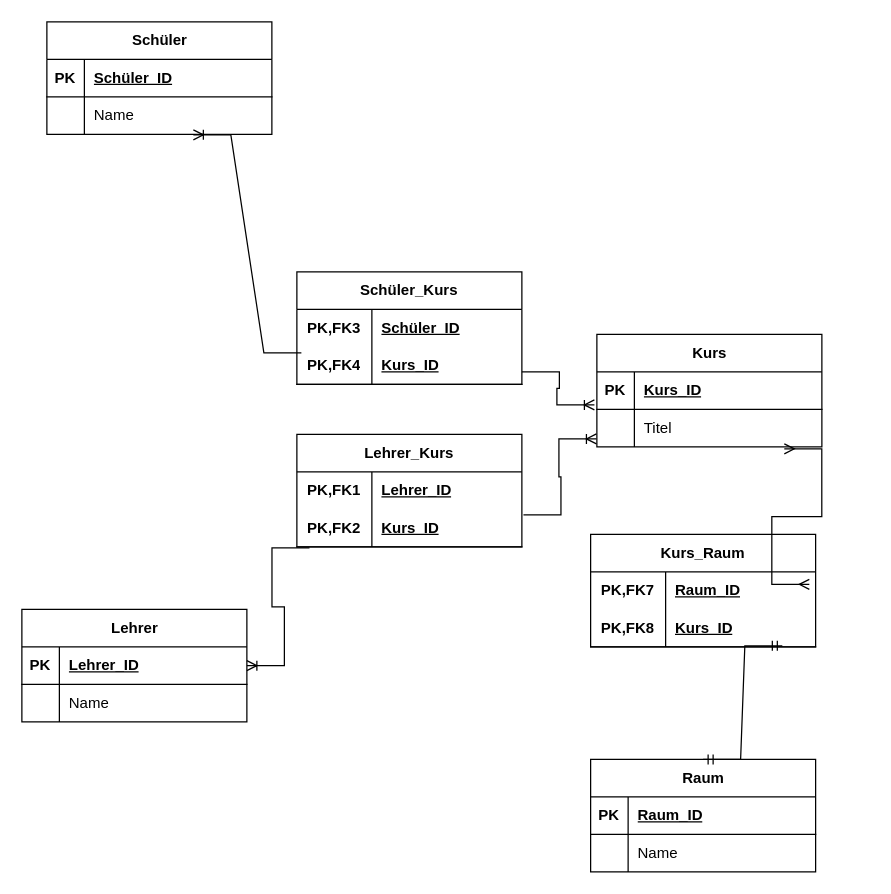
Above: Unbenanntes Diagramm.drawio in ronjanita/StudentTeacherMtoN (draw.io), before the change. Source tidied: cells renumbered, new cells numbered last; positions are measured from the earlier drawing's top-left corner, leaving out a move shared by most shapes. Both pictures are drawn from the tidied source at 125%, with x=0, y=0 at pixel (21, 21).
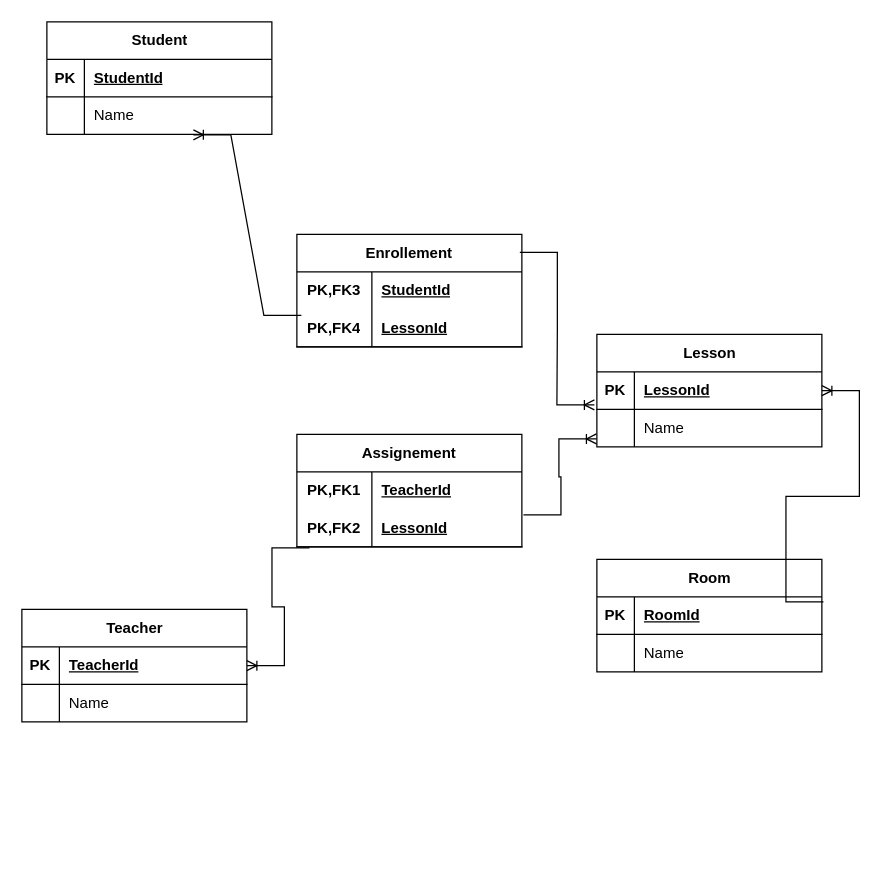
After the change.

Unchanged cells that the change refers to:
```xml
<mxCell id="3" style="shape=tableRow;horizontal=0;startSize=0;swimlaneHead=0;swimlaneBody=0;fillColor=none;top=0;left=0;right=0;bottom=0;html=1;" parent="2" vertex="1">
  <mxGeometry y="30" width="180" height="30" as="geometry" />
</mxCell>
<mxCell id="6" style="shape=tableRow;horizontal=0;startSize=0;swimlaneHead=0;swimlaneBody=0;fillColor=none;points=[[0,0.5],[1,0.5]];portConstraint=eastwest;top=0;left=0;right=0;bottom=1;html=1;" parent="2" vertex="1">
  <mxGeometry y="60" width="180" height="30" as="geometry" />
</mxCell>
<mxCell id="10" style="shape=tableRow;horizontal=0;startSize=0;swimlaneHead=0;swimlaneBody=0;fillColor=none;top=0;left=0;right=0;bottom=0;html=1;" parent="9" vertex="1">
  <mxGeometry y="30" width="180" height="30" as="geometry" />
</mxCell>
<mxCell id="13" style="shape=tableRow;horizontal=0;startSize=0;swimlaneHead=0;swimlaneBody=0;fillColor=none;points=[[0,0.5],[1,0.5]];portConstraint=eastwest;top=0;left=0;right=0;bottom=1;html=1;" parent="9" vertex="1">
  <mxGeometry y="60" width="180" height="30" as="geometry" />
</mxCell>
<mxCell id="17" style="shape=tableRow;horizontal=0;startSize=0;swimlaneHead=0;swimlaneBody=0;fillColor=none;top=0;left=0;right=0;bottom=1;" parent="16" vertex="1">
  <mxGeometry y="30" width="180" height="30" as="geometry" />
</mxCell>
<mxCell id="24" style="shape=tableRow;horizontal=0;startSize=0;swimlaneHead=0;swimlaneBody=0;fillColor=none;points=[[0,0.5],[1,0.5]];portConstraint=eastwest;top=0;left=0;right=0;bottom=1;" parent="23" vertex="1">
  <mxGeometry y="30" width="180" height="30" as="geometry" />
</mxCell>
<mxCell id="31" style="shape=tableRow;horizontal=0;startSize=0;swimlaneHead=0;swimlaneBody=0;fillColor=none;points=[[0,0.5],[1,0.5]];portConstraint=eastwest;top=0;left=0;right=0;bottom=1;" parent="30" vertex="1">
  <mxGeometry y="30" width="180" height="30" as="geometry" />
</mxCell>
<mxCell id="34" style="shape=tableRow;horizontal=0;startSize=0;swimlaneHead=0;swimlaneBody=0;fillColor=none;points=[[0,0.5],[1,0.5]];portConstraint=eastwest;top=0;left=0;right=0;bottom=0;" parent="30" vertex="1">
  <mxGeometry y="60" width="180" height="30" as="geometry" />
</mxCell>
<mxCell id="38" style="shape=tableRow;horizontal=0;startSize=0;swimlaneHead=0;swimlaneBody=0;fillColor=none;top=0;left=0;right=0;bottom=1;" parent="37" vertex="1">
  <mxGeometry y="30" width="180" height="30" as="geometry" />
</mxCell>
```

Change to the diagram source:
```diff
@@
-    <mxCell id="2" value="Lehrer_Kurs" style="shape=table;startSize=30;childLayout=tableLayout;rowLines=0;fontStyle=1;align=center;html=1;whiteSpace=wrap;" parent="1" vertex="1">
+    <mxCell id="2" value="Assignement" style="shape=table;startSize=30;childLayout=tableLayout;rowLines=0;fontStyle=1;align=center;html=1;whiteSpace=wrap;" parent="1" vertex="1">
       <mxGeometry x="220" y="330" width="180" height="90" as="geometry" />
     </mxCell>
@@
-    <mxCell id="5" value="Lehrer_ID" style="shape=partialRectangle;fillColor=none;top=0;left=0;bottom=0;right=0;align=left;spacingLeft=6;fontStyle=5;overflow=hidden;html=1;whiteSpace=wrap;" parent="3" vertex="1">
+    <mxCell id="5" value="TeacherId" style="shape=partialRectangle;fillColor=none;top=0;left=0;bottom=0;right=0;align=left;spacingLeft=6;fontStyle=5;overflow=hidden;html=1;whiteSpace=wrap;" parent="3" vertex="1">
       <mxGeometry x="60" width="120" height="30" as="geometry" />
     </mxCell>
@@
-    <mxCell id="8" value="Kurs_ID" style="shape=partialRectangle;fillColor=none;top=0;left=0;bottom=0;right=0;align=left;spacingLeft=6;fontStyle=5;overflow=hidden;html=1;whiteSpace=wrap;" parent="6" vertex="1">
+    <mxCell id="8" value="LessonId" style="shape=partialRectangle;fillColor=none;top=0;left=0;bottom=0;right=0;align=left;spacingLeft=6;fontStyle=5;overflow=hidden;html=1;whiteSpace=wrap;" parent="6" vertex="1">
       <mxGeometry x="60" width="120" height="30" as="geometry" />
     </mxCell>
-    <mxCell id="9" value="Schüler_Kurs" style="shape=table;startSize=30;childLayout=tableLayout;rowLines=0;fontStyle=1;align=center;html=1;whiteSpace=wrap;" parent="1" vertex="1">
-      <mxGeometry x="220" y="200" width="180" height="90" as="geometry" />
+    <mxCell id="9" value="Enrollement" style="shape=table;startSize=30;childLayout=tableLayout;rowLines=0;fontStyle=1;align=center;html=1;whiteSpace=wrap;" parent="1" vertex="1">
+      <mxGeometry x="220" y="170" width="180" height="90" as="geometry" />
     </mxCell>
@@
-    <mxCell id="12" value="Schüler_ID" style="shape=partialRectangle;fillColor=none;top=0;left=0;bottom=0;right=0;align=left;spacingLeft=6;fontStyle=5;overflow=hidden;html=1;whiteSpace=wrap;" parent="10" vertex="1">
+    <mxCell id="12" value="StudentId" style="shape=partialRectangle;fillColor=none;top=0;left=0;bottom=0;right=0;align=left;spacingLeft=6;fontStyle=5;overflow=hidden;html=1;whiteSpace=wrap;" parent="10" vertex="1">
       <mxGeometry x="60" width="120" height="30" as="geometry" />
     </mxCell>
@@
-    <mxCell id="15" value="Kurs_ID" style="shape=partialRectangle;fillColor=none;top=0;left=0;bottom=0;right=0;align=left;spacingLeft=6;fontStyle=5;overflow=hidden;html=1;whiteSpace=wrap;" parent="13" vertex="1">
+    <mxCell id="15" value="LessonId" style="shape=partialRectangle;fillColor=none;top=0;left=0;bottom=0;right=0;align=left;spacingLeft=6;fontStyle=5;overflow=hidden;html=1;whiteSpace=wrap;" parent="13" vertex="1">
       <mxGeometry x="60" width="120" height="30" as="geometry" />
     </mxCell>
-    <mxCell id="16" value="Schüler" style="shape=table;startSize=30;childLayout=tableLayout;rowLines=0;fontStyle=1;align=center;html=1;" parent="1" vertex="1">
+    <mxCell id="16" value="Student" style="shape=table;startSize=30;childLayout=tableLayout;rowLines=0;fontStyle=1;align=center;html=1;" parent="1" vertex="1">
       <mxGeometry x="20" width="180" height="90" as="geometry" />
     </mxCell>
@@
-    <mxCell id="19" value="Schüler_ID" style="shape=partialRectangle;fillColor=none;top=0;left=0;bottom=0;right=0;align=left;spacingLeft=6;fontStyle=5;overflow=hidden;whiteSpace=wrap;html=1;" parent="17" vertex="1">
+    <mxCell id="19" value="StudentId" style="shape=partialRectangle;fillColor=none;top=0;left=0;bottom=0;right=0;align=left;spacingLeft=6;fontStyle=5;overflow=hidden;whiteSpace=wrap;html=1;" parent="17" vertex="1">
       <mxGeometry x="30" width="150" height="30" as="geometry" />
     </mxCell>
@@
-    <mxCell id="23" value="Lehrer" style="shape=table;startSize=30;childLayout=tableLayout;rowLines=0;fontStyle=1;align=center;html=1;" parent="1" vertex="1">
+    <mxCell id="23" value="Teacher" style="shape=table;startSize=30;childLayout=tableLayout;rowLines=0;fontStyle=1;align=center;html=1;" parent="1" vertex="1">
       <mxGeometry y="470" width="180" height="90" as="geometry" />
     </mxCell>
@@
-    <mxCell id="26" value="Lehrer_ID" style="shape=partialRectangle;fillColor=none;top=0;left=0;bottom=0;right=0;align=left;spacingLeft=6;fontStyle=5;overflow=hidden;whiteSpace=wrap;html=1;" parent="24" vertex="1">
+    <mxCell id="26" value="TeacherId" style="shape=partialRectangle;fillColor=none;top=0;left=0;bottom=0;right=0;align=left;spacingLeft=6;fontStyle=5;overflow=hidden;whiteSpace=wrap;html=1;" parent="24" vertex="1">
       <mxGeometry x="30" width="150" height="30" as="geometry" />
     </mxCell>
@@
-    <mxCell id="30" value="Kurs" style="shape=table;startSize=30;childLayout=tableLayout;rowLines=0;fontStyle=1;align=center;html=1;" parent="1" vertex="1">
+    <mxCell id="30" value="Lesson" style="shape=table;startSize=30;childLayout=tableLayout;rowLines=0;fontStyle=1;align=center;html=1;" parent="1" vertex="1">
       <mxGeometry x="460" y="250" width="180" height="90" as="geometry" />
     </mxCell>
@@
-    <mxCell id="33" value="Kurs_ID" style="shape=partialRectangle;fillColor=none;top=0;left=0;bottom=0;right=0;align=left;spacingLeft=6;fontStyle=5;overflow=hidden;whiteSpace=wrap;html=1;" parent="31" vertex="1">
+    <mxCell id="33" value="LessonId" style="shape=partialRectangle;fillColor=none;top=0;left=0;bottom=0;right=0;align=left;spacingLeft=6;fontStyle=5;overflow=hidden;whiteSpace=wrap;html=1;" parent="31" vertex="1">
       <mxGeometry x="30" width="150" height="30" as="geometry" />
     </mxCell>
@@
-    <mxCell id="36" value="Titel" style="shape=partialRectangle;fillColor=none;top=0;left=0;bottom=0;right=0;align=left;spacingLeft=6;overflow=hidden;whiteSpace=wrap;html=1;" parent="34" vertex="1">
+    <mxCell id="36" value="Name" style="shape=partialRectangle;fillColor=none;top=0;left=0;bottom=0;right=0;align=left;spacingLeft=6;overflow=hidden;whiteSpace=wrap;html=1;" parent="34" vertex="1">
       <mxGeometry x="30" width="150" height="30" as="geometry" />
     </mxCell>
-    <mxCell id="37" value="Raum" style="shape=table;startSize=30;childLayout=tableLayout;rowLines=0;fontStyle=1;align=center;html=1;" parent="1" vertex="1">
-      <mxGeometry x="455" y="590" width="180" height="90" as="geometry" />
+    <mxCell id="37" value="Room" style="shape=table;startSize=30;childLayout=tableLayout;rowLines=0;fontStyle=1;align=center;html=1;" parent="1" vertex="1">
+      <mxGeometry x="460" y="430" width="180" height="90" as="geometry" />
     </mxCell>
@@
-    <mxCell id="40" value="Raum_ID" style="shape=partialRectangle;fillColor=none;top=0;left=0;bottom=0;right=0;align=left;spacingLeft=6;fontStyle=5;overflow=hidden;whiteSpace=wrap;html=1;" parent="38" vertex="1">
+    <mxCell id="40" value="RoomId" style="shape=partialRectangle;fillColor=none;top=0;left=0;bottom=0;right=0;align=left;spacingLeft=6;fontStyle=5;overflow=hidden;whiteSpace=wrap;html=1;" parent="38" vertex="1">
       <mxGeometry x="30" width="150" height="30" as="geometry" />
     </mxCell>
@@
-    <mxCell id="44" value="Kurs_Raum" style="shape=table;startSize=30;childLayout=tableLayout;rowLines=0;fontStyle=1;align=center;html=1;whiteSpace=wrap;" parent="1" vertex="1">
-      <mxGeometry x="455" y="410" width="180" height="90" as="geometry" />
-    </mxCell>
-    <mxCell id="45" style="shape=tableRow;horizontal=0;startSize=0;swimlaneHead=0;swimlaneBody=0;fillColor=none;points=[[0,0.5],[1,0.5]];portConstraint=eastwest;top=0;left=0;right=0;bottom=0;html=1;" parent="44" vertex="1">
-      <mxGeometry y="30" width="180" height="30" as="geometry" />
-    </mxCell>
-    <mxCell id="46" value="PK,FK7" style="shape=partialRectangle;fillColor=none;top=0;left=0;bottom=0;right=0;fontStyle=1;overflow=hidden;html=1;whiteSpace=wrap;" parent="45" vertex="1">
-      <mxGeometry width="60" height="30" as="geometry" />
-    </mxCell>
-    <mxCell id="47" value="Raum_ID" style="shape=partialRectangle;fillColor=none;top=0;left=0;bottom=0;right=0;align=left;spacingLeft=6;fontStyle=5;overflow=hidden;html=1;whiteSpace=wrap;" parent="45" vertex="1">
-      <mxGeometry x="60" width="120" height="30" as="geometry" />
-    </mxCell>
-    <mxCell id="48" style="shape=tableRow;horizontal=0;startSize=0;swimlaneHead=0;swimlaneBody=0;fillColor=none;points=[[0,0.5],[1,0.5]];portConstraint=eastwest;top=0;left=0;right=0;bottom=1;html=1;" parent="44" vertex="1">
-      <mxGeometry y="60" width="180" height="30" as="geometry" />
-    </mxCell>
-    <mxCell id="49" value="PK,FK8" style="shape=partialRectangle;fillColor=none;top=0;left=0;bottom=0;right=0;fontStyle=1;overflow=hidden;html=1;whiteSpace=wrap;" parent="48" vertex="1">
-      <mxGeometry width="60" height="30" as="geometry" />
-    </mxCell>
-    <mxCell id="50" value="Kurs_ID" style="shape=partialRectangle;fillColor=none;top=0;left=0;bottom=0;right=0;align=left;spacingLeft=6;fontStyle=5;overflow=hidden;html=1;whiteSpace=wrap;" parent="48" vertex="1">
-      <mxGeometry x="60" width="120" height="30" as="geometry" />
-    </mxCell>
-    <mxCell id="51" style="edgeStyle=entityRelationEdgeStyle;fontSize=12;html=1;endArrow=ERmandOne;startArrow=ERmandOne;rounded=0;entryX=0.852;entryY=0.973;entryDx=0;entryDy=0;entryPerimeter=0;exitX=0.5;exitY=0;exitDx=0;exitDy=0;" parent="1" edge="1" source="37" target="48">
-      <mxGeometry relative="1" as="geometry" />
-    </mxCell>
@@
-    <mxCell id="53" style="edgeStyle=entityRelationEdgeStyle;fontSize=12;html=1;endArrow=ERoneToMany;rounded=0;entryX=-0.011;entryY=0.88;entryDx=0;entryDy=0;entryPerimeter=0;" parent="1" edge="1" target="31">
-      <mxGeometry relative="1" as="geometry">
-        <mxPoint x="400" y="280" as="sourcePoint" />
-      </mxGeometry>
+    <mxCell id="53" style="edgeStyle=entityRelationEdgeStyle;fontSize=12;html=1;endArrow=ERoneToMany;rounded=0;entryX=-0.011;entryY=0.88;entryDx=0;entryDy=0;entryPerimeter=0;exitX=0.991;exitY=0.16;exitDx=0;exitDy=0;exitPerimeter=0;" parent="1" edge="1" source="9" target="31">
+      <mxGeometry relative="1" as="geometry" />
     </mxCell>
@@
-    <mxCell id="56" style="edgeStyle=entityRelationEdgeStyle;fontSize=12;html=1;endArrow=ERmany;startArrow=ERmany;rounded=0;exitX=0.972;exitY=0.333;exitDx=0;exitDy=0;exitPerimeter=0;entryX=0.833;entryY=1.053;entryDx=0;entryDy=0;entryPerimeter=0;" parent="1" edge="1" source="45" target="34">
-      <mxGeometry relative="1" as="geometry" />
-    </mxCell>
+    <mxCell id="57" style="edgeStyle=entityRelationEdgeStyle;fontSize=12;html=1;endArrow=ERoneToMany;rounded=0;exitX=1.007;exitY=0.378;exitDx=0;exitDy=0;exitPerimeter=0;" parent="1" edge="1" source="37" target="30">
+      <mxGeometry relative="1" as="geometry" />
+    </mxCell>
```
